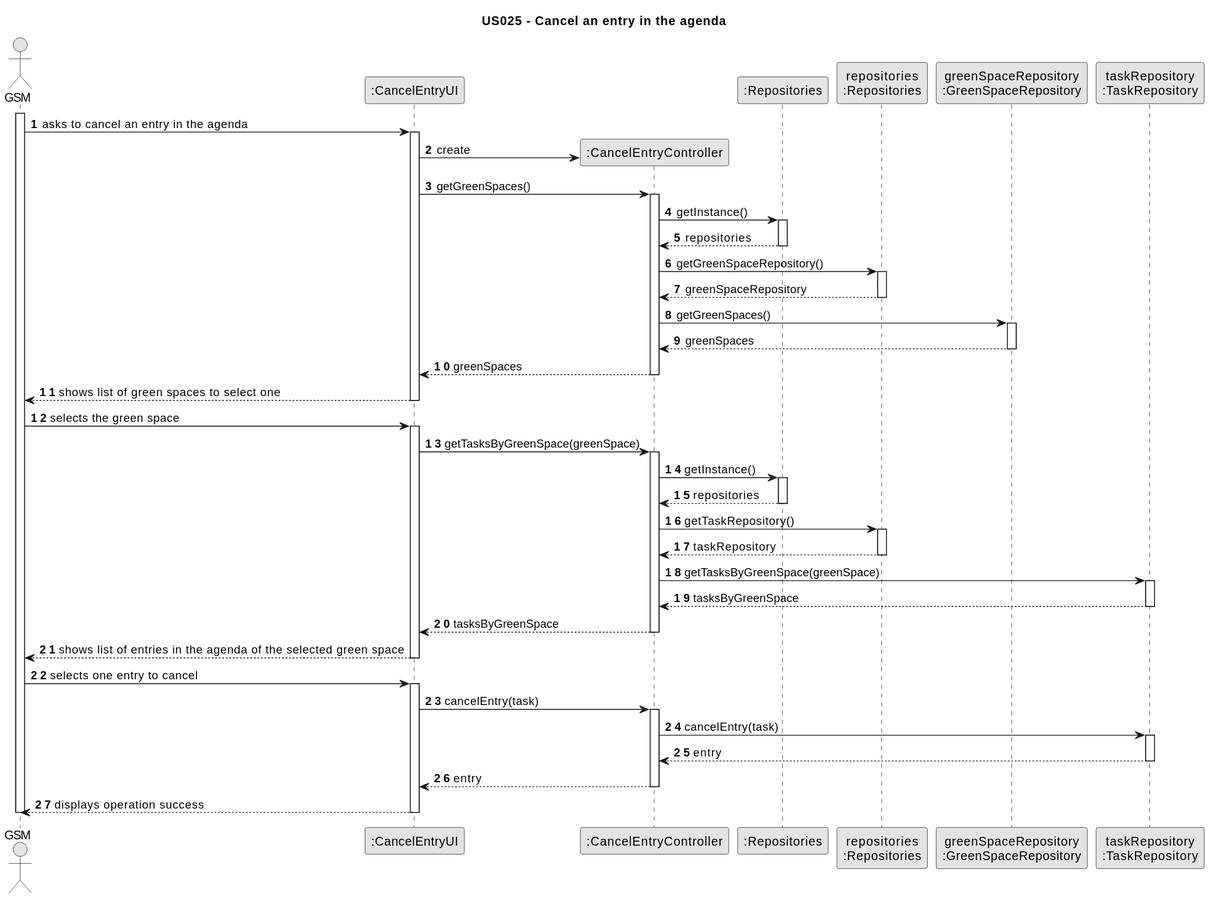
Above: docs/sprintC/us025/03.design/svg/us025-sequence-diagram-full.svg in Departamento-de-Engenharia-Informatica/lei-24-s2-1dm-g132 (PlantUML), before the change. The source it was exported from:
```plantuml
@startuml
skinparam monochrome true
skinparam packageStyle rectangle
skinparam shadowing false

title US025 - Cancel an entry in the agenda

autonumber

actor "GSM" as Employee
participant ":CancelEntryUI" as UI
participant ":CancelEntryController" as CTRL
participant ":Repositories" as RepositorySingleton
participant "repositories\n:Repositories" as PLAT
participant "greenSpaceRepository\n:GreenSpaceRepository" as GreenSpaceRepository
participant "taskRepository\n:TaskRepository" as TaskRepository

activate Employee

    Employee -> UI : asks to cancel an entry in the agenda
    activate UI

    UI -> CTRL** : create

                UI -> CTRL : getGreenSpaces()
                activate CTRL

                    CTRL -> RepositorySingleton : getInstance()
                    activate RepositorySingleton

                        RepositorySingleton --> CTRL: repositories
                    deactivate RepositorySingleton

                    CTRL -> PLAT : getGreenSpaceRepository()
                    activate PLAT

                        PLAT --> CTRL: greenSpaceRepository
                    deactivate PLAT

                    CTRL -> GreenSpaceRepository : getGreenSpaces()
                    activate GreenSpaceRepository

                        GreenSpaceRepository --> CTRL : greenSpaces
                    deactivate GreenSpaceRepository

                    CTRL --> UI : greenSpaces
                deactivate CTRL

    UI --> Employee : shows list of green spaces to select one
    deactivate UI

    Employee -> UI : selects the green space
    activate UI

        UI -> CTRL : getTasksByGreenSpace(greenSpace)
        activate CTRL

            CTRL -> RepositorySingleton : getInstance()
            activate RepositorySingleton

            RepositorySingleton --> CTRL: repositories
            deactivate RepositorySingleton

            CTRL -> PLAT : getTaskRepository()
            activate PLAT

            PLAT --> CTRL: taskRepository
            deactivate PLAT

            CTRL -> TaskRepository : getTasksByGreenSpace(greenSpace)
            activate TaskRepository

            TaskRepository --> CTRL : tasksByGreenSpace
            deactivate TaskRepository

            CTRL --> UI : tasksByGreenSpace
        deactivate CTRL

    UI --> Employee : shows list of entries in the agenda of the selected green space
    deactivate UI

    Employee -> UI : selects one entry to cancel
    activate UI

    UI -> CTRL : cancelEntry(task)
    activate CTRL

    CTRL -> TaskRepository : cancelEntry(task)
    activate TaskRepository

    TaskRepository --> CTRL : entry
    deactivate TaskRepository

    CTRL --> UI : entry
    deactivate CTRL

    UI --> Employee : displays operation success
    deactivate UI

deactivate Employee
@enduml
```
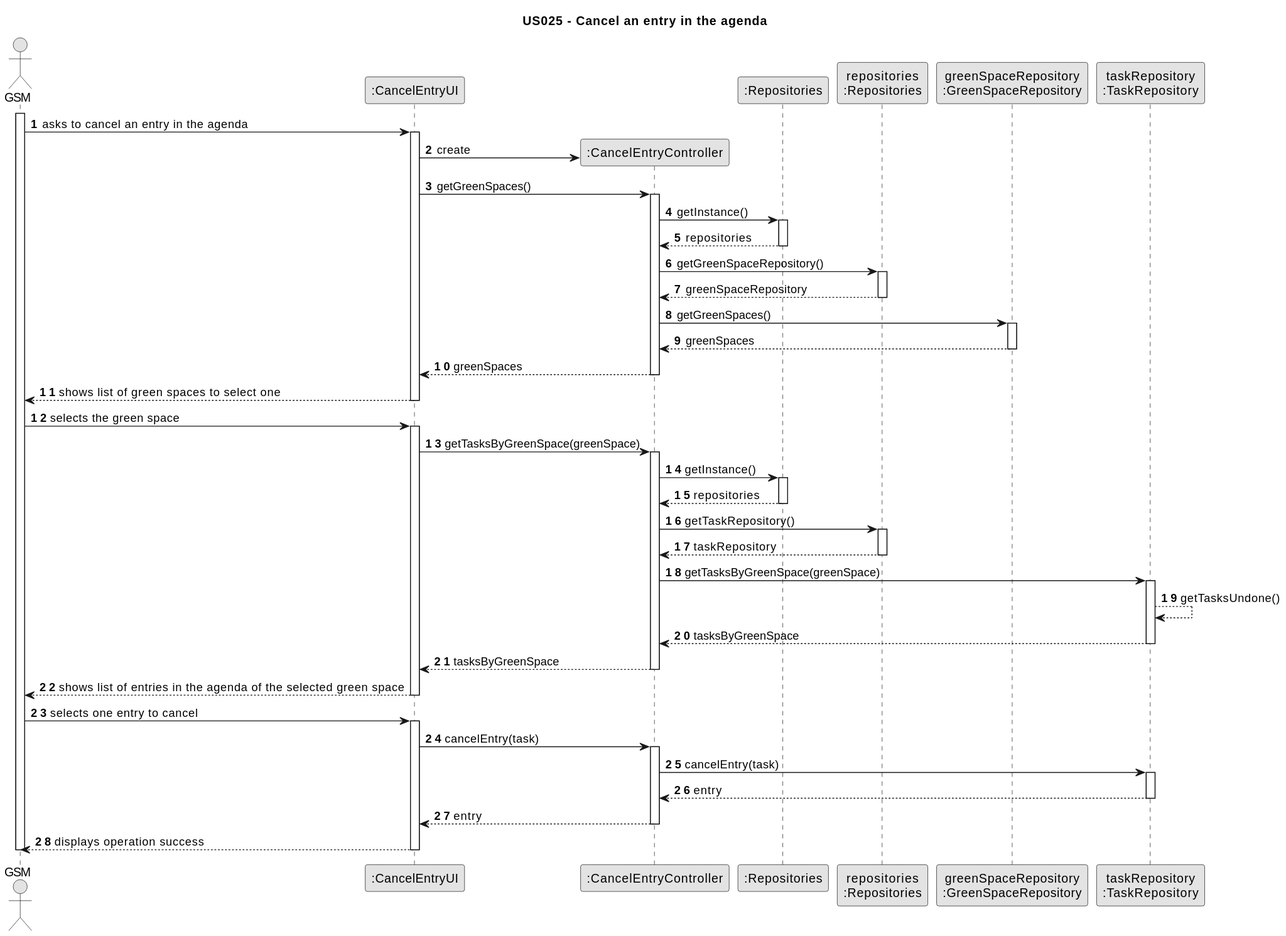
Above is the later version.

Change to the diagram source:
```diff
@@ -70,6 +70,8 @@
             CTRL -> TaskRepository : getTasksByGreenSpace(greenSpace)
             activate TaskRepository
 
+            TaskRepository --> TaskRepository : getTasksUndone()
+
             TaskRepository --> CTRL : tasksByGreenSpace
             deactivate TaskRepository
 
```
